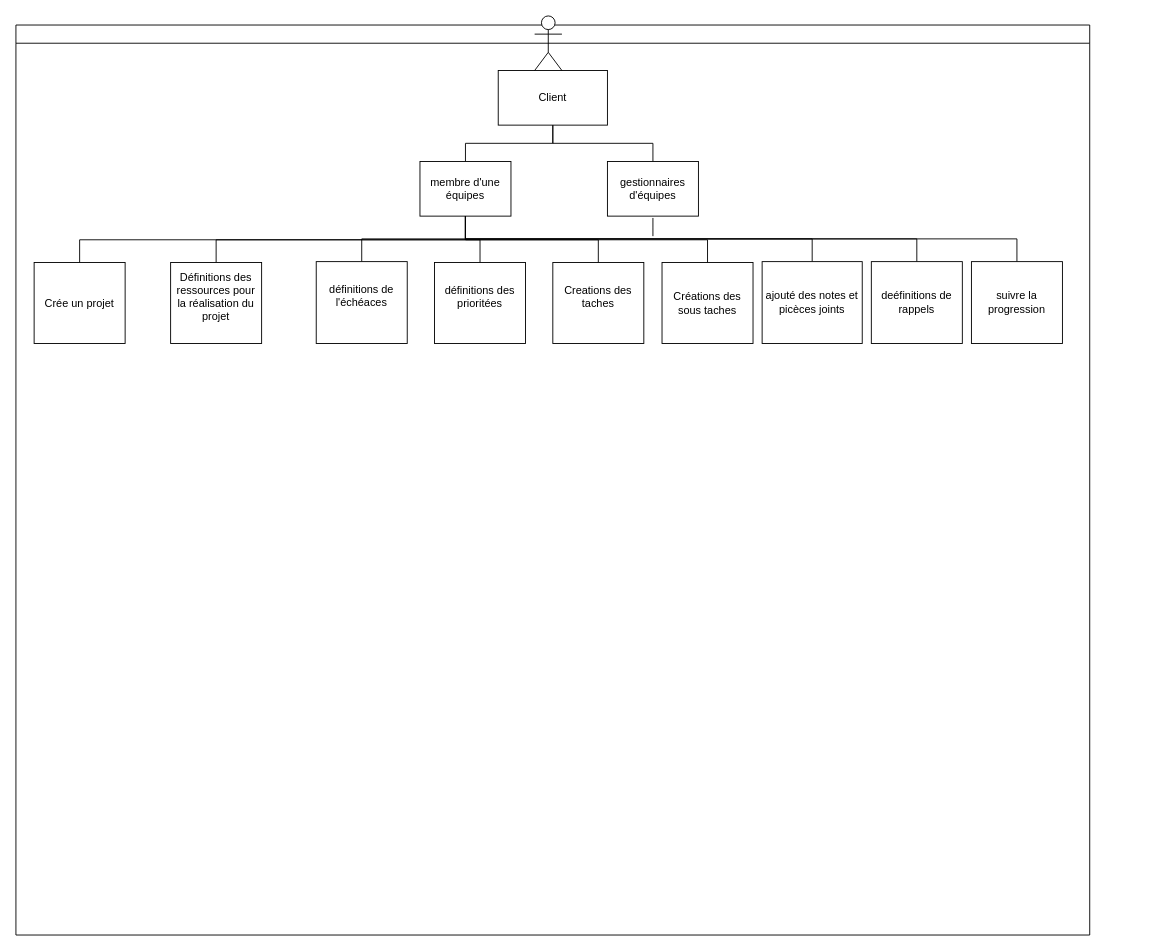
Nazkull/gestionnaire-de-tache keeps this draw.io diagram as page "en equipes" (3 of 3) of scénario_projet_a_terminer.drawio. Above is the earlier version. Source tidied: cells renumbered, new cells numbered last; positions are measured from the earlier drawing's top-left corner, leaving out a move shared by most shapes. Both pictures are drawn from the tidied source at 91%, with x=0, y=0 at pixel (15, 15).
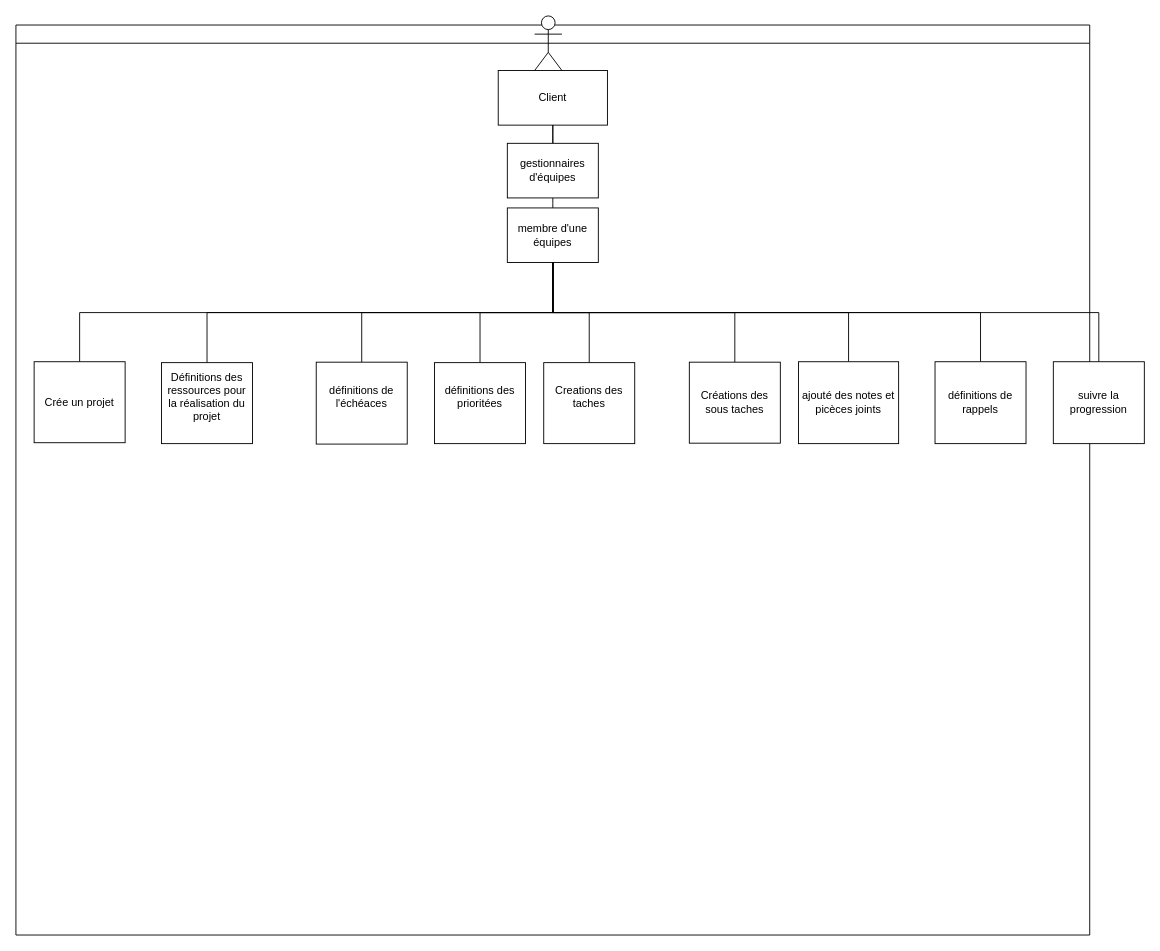
The same diagram, later.

The change refers to these unchanged cells:
```xml
<mxCell id="2" style="swimlane;startSize=20;horizontal=1;containerType=tree;newEdgeStyle={&quot;edgeStyle&quot;:&quot;elbowEdgeStyle&quot;,&quot;startArrow&quot;:&quot;none&quot;,&quot;endArrow&quot;:&quot;none&quot;};" parent="1" vertex="1">
  <mxGeometry y="10" width="1180" height="1000" as="geometry" />
</mxCell>
<mxCell id="4" value="Client" style="whiteSpace=wrap;html=1;align=center;newEdgeStyle={&quot;edgeStyle&quot;:&quot;elbowEdgeStyle&quot;,&quot;startArrow&quot;:&quot;none&quot;,&quot;endArrow&quot;:&quot;none&quot;};" parent="2" vertex="1">
  <mxGeometry x="530" y="50" width="120" height="60" as="geometry" />
</mxCell>
```

Diff of the diagram source:
```diff
@@
-    <mxCell id="3" style="edgeStyle=elbowEdgeStyle;elbow=vertical;sourcePerimeterSpacing=0;targetPerimeterSpacing=0;startArrow=none;endArrow=none;rounded=0;curved=0;" parent="2" edge="1" source="4" target="5">
+    <mxCell id="3" style="edgeStyle=elbowEdgeStyle;elbow=vertical;sourcePerimeterSpacing=0;targetPerimeterSpacing=0;startArrow=none;endArrow=none;rounded=0;curved=0;" parent="2" edge="1" source="28" target="5">
       <mxGeometry relative="1" as="geometry" />
     </mxCell>
@@
     <mxCell id="5" value="membre d'une équipes" style="whiteSpace=wrap;html=1;align=center;verticalAlign=middle;newEdgeStyle={&quot;edgeStyle&quot;:&quot;elbowEdgeStyle&quot;,&quot;startArrow&quot;:&quot;none&quot;,&quot;endArrow&quot;:&quot;none&quot;};" parent="2" vertex="1">
-      <mxGeometry x="444" y="150" width="100" height="60" as="geometry" />
+      <mxGeometry x="540" y="201" width="100" height="60" as="geometry" />
     </mxCell>
@@
     <mxCell id="7" value="Crée un projet" style="whiteSpace=wrap;html=1;align=center;verticalAlign=middle;newEdgeStyle={&quot;edgeStyle&quot;:&quot;elbowEdgeStyle&quot;,&quot;startArrow&quot;:&quot;none&quot;,&quot;endArrow&quot;:&quot;none&quot;};" parent="2" vertex="1">
-      <mxGeometry x="20" y="261" width="100" height="89" as="geometry" />
+      <mxGeometry x="20" y="370" width="100" height="89" as="geometry" />
     </mxCell>
@@
     <mxCell id="11" value="&lt;div&gt;Définitions des ressources pour la réalisation du projet&lt;/div&gt;&lt;div&gt;&lt;br&gt;&lt;/div&gt;" style="whiteSpace=wrap;html=1;align=center;verticalAlign=middle;newEdgeStyle={&quot;edgeStyle&quot;:&quot;elbowEdgeStyle&quot;,&quot;startArrow&quot;:&quot;none&quot;,&quot;endArrow&quot;:&quot;none&quot;};" parent="2" vertex="1">
-      <mxGeometry x="170" y="261" width="100" height="89" as="geometry" />
+      <mxGeometry x="160" y="371" width="100" height="89" as="geometry" />
     </mxCell>
@@
     <mxCell id="13" value="&lt;div&gt;définitions de l'échéaces&lt;/div&gt;&lt;div&gt;&lt;br&gt;&lt;/div&gt;" style="whiteSpace=wrap;html=1;align=center;verticalAlign=middle;newEdgeStyle={&quot;edgeStyle&quot;:&quot;elbowEdgeStyle&quot;,&quot;startArrow&quot;:&quot;none&quot;,&quot;endArrow&quot;:&quot;none&quot;};" parent="2" vertex="1">
-      <mxGeometry x="330" y="260" width="100" height="90" as="geometry" />
+      <mxGeometry x="330" y="370.5" width="100" height="90" as="geometry" />
     </mxCell>
@@
     <mxCell id="15" value="&lt;div&gt;définitions des prioritées&lt;/div&gt;&lt;div&gt;&lt;br&gt;&lt;/div&gt;" style="whiteSpace=wrap;html=1;align=center;verticalAlign=middle;newEdgeStyle={&quot;edgeStyle&quot;:&quot;elbowEdgeStyle&quot;,&quot;startArrow&quot;:&quot;none&quot;,&quot;endArrow&quot;:&quot;none&quot;};" parent="2" vertex="1">
-      <mxGeometry x="460" y="261" width="100" height="89" as="geometry" />
+      <mxGeometry x="460" y="371" width="100" height="89" as="geometry" />
     </mxCell>
@@
     <mxCell id="17" value="&lt;div&gt;Creations des taches&lt;/div&gt;&lt;div&gt;&lt;br&gt;&lt;/div&gt;" style="whiteSpace=wrap;html=1;align=center;verticalAlign=middle;newEdgeStyle={&quot;edgeStyle&quot;:&quot;elbowEdgeStyle&quot;,&quot;startArrow&quot;:&quot;none&quot;,&quot;endArrow&quot;:&quot;none&quot;};direction=west;" parent="2" vertex="1">
-      <mxGeometry x="590" y="261" width="100" height="89" as="geometry" />
+      <mxGeometry x="580" y="371" width="100" height="89" as="geometry" />
     </mxCell>
@@
     <mxCell id="19" value="Créations des sous taches" style="whiteSpace=wrap;html=1;align=center;verticalAlign=middle;newEdgeStyle={&quot;edgeStyle&quot;:&quot;elbowEdgeStyle&quot;,&quot;startArrow&quot;:&quot;none&quot;,&quot;endArrow&quot;:&quot;none&quot;};" parent="2" vertex="1">
-      <mxGeometry x="710" y="261" width="100" height="89" as="geometry" />
+      <mxGeometry x="740" y="370.5" width="100" height="89" as="geometry" />
     </mxCell>
@@
     <mxCell id="21" value="ajouté des notes et picèces joints" style="whiteSpace=wrap;html=1;align=center;verticalAlign=middle;newEdgeStyle={&quot;edgeStyle&quot;:&quot;elbowEdgeStyle&quot;,&quot;startArrow&quot;:&quot;none&quot;,&quot;endArrow&quot;:&quot;none&quot;};" parent="2" vertex="1">
-      <mxGeometry x="820" y="260" width="110" height="90" as="geometry" />
+      <mxGeometry x="860" y="370" width="110" height="90" as="geometry" />
     </mxCell>
@@
-    <mxCell id="23" value="deéfinitions de rappels" style="whiteSpace=wrap;html=1;align=center;verticalAlign=middle;newEdgeStyle={&quot;edgeStyle&quot;:&quot;elbowEdgeStyle&quot;,&quot;startArrow&quot;:&quot;none&quot;,&quot;endArrow&quot;:&quot;none&quot;};" parent="2" vertex="1">
-      <mxGeometry x="940" y="260" width="100" height="90" as="geometry" />
+    <mxCell id="23" value="définitions de rappels" style="whiteSpace=wrap;html=1;align=center;verticalAlign=middle;newEdgeStyle={&quot;edgeStyle&quot;:&quot;elbowEdgeStyle&quot;,&quot;startArrow&quot;:&quot;none&quot;,&quot;endArrow&quot;:&quot;none&quot;};" parent="2" vertex="1">
+      <mxGeometry x="1010" y="370" width="100" height="90" as="geometry" />
     </mxCell>
+    <mxCell id="26" style="edgeStyle=elbowEdgeStyle;elbow=vertical;sourcePerimeterSpacing=0;targetPerimeterSpacing=0;startArrow=none;endArrow=none;rounded=0;curved=0;" parent="2" edge="1" source="4" target="28">
+      <mxGeometry relative="1" as="geometry" />
+    </mxCell>
+    <mxCell id="29" style="edgeStyle=elbowEdgeStyle;elbow=vertical;sourcePerimeterSpacing=0;targetPerimeterSpacing=0;startArrow=none;endArrow=none;rounded=0;curved=0;" parent="2" edge="1" source="4" target="28">
+      <mxGeometry relative="1" as="geometry" />
+    </mxCell>
+    <mxCell id="28" value="gestionnaires d'équipes" style="whiteSpace=wrap;html=1;align=center;verticalAlign=middle;newEdgeStyle={&quot;edgeStyle&quot;:&quot;elbowEdgeStyle&quot;,&quot;startArrow&quot;:&quot;none&quot;,&quot;endArrow&quot;:&quot;none&quot;};" parent="2" vertex="1">
+      <mxGeometry x="540" y="130" width="100" height="60" as="geometry" />
+    </mxCell>
+    <mxCell id="25" value="suivre la progression" style="whiteSpace=wrap;html=1;align=center;verticalAlign=middle;newEdgeStyle={&quot;edgeStyle&quot;:&quot;elbowEdgeStyle&quot;,&quot;startArrow&quot;:&quot;none&quot;,&quot;endArrow&quot;:&quot;none&quot;};" parent="1" vertex="1">
+      <mxGeometry x="1140" y="380" width="100" height="90" as="geometry" />
+    </mxCell>
-    <mxCell id="24" style="edgeStyle=elbowEdgeStyle;elbow=vertical;sourcePerimeterSpacing=0;targetPerimeterSpacing=0;startArrow=none;endArrow=none;rounded=0;curved=0;" parent="2" edge="1" source="5" target="25">
+    <mxCell id="24" style="edgeStyle=elbowEdgeStyle;elbow=vertical;sourcePerimeterSpacing=0;targetPerimeterSpacing=0;startArrow=none;endArrow=none;rounded=0;curved=0;" parent="1" edge="1" source="5" target="25">
       <mxGeometry relative="1" as="geometry" />
     </mxCell>
-    <mxCell id="25" value="suivre la progression" style="whiteSpace=wrap;html=1;align=center;verticalAlign=middle;newEdgeStyle={&quot;edgeStyle&quot;:&quot;elbowEdgeStyle&quot;,&quot;startArrow&quot;:&quot;none&quot;,&quot;endArrow&quot;:&quot;none&quot;};" parent="2" vertex="1">
-      <mxGeometry x="1050" y="260" width="100" height="90" as="geometry" />
-    </mxCell>
-    <mxCell id="26" style="edgeStyle=elbowEdgeStyle;elbow=vertical;sourcePerimeterSpacing=0;targetPerimeterSpacing=0;startArrow=none;endArrow=none;rounded=0;curved=0;" parent="2" edge="1" source="4" target="28">
-      <mxGeometry relative="1" as="geometry" />
-    </mxCell>
-    <mxCell id="27" style="edgeStyle=elbowEdgeStyle;rounded=0;orthogonalLoop=1;jettySize=auto;html=1;startArrow=none;endArrow=none;fontFamily=Helvetica;fontSize=12;fontColor=default;" parent="2" edge="1">
-      <mxGeometry relative="1" as="geometry">
-        <mxPoint x="700" y="212" as="sourcePoint" />
-        <mxPoint x="700" y="232" as="targetPoint" />
-      </mxGeometry>
-    </mxCell>
-    <mxCell id="28" value="gestionnaires d'équipes" style="whiteSpace=wrap;html=1;align=center;verticalAlign=middle;newEdgeStyle={&quot;edgeStyle&quot;:&quot;elbowEdgeStyle&quot;,&quot;startArrow&quot;:&quot;none&quot;,&quot;endArrow&quot;:&quot;none&quot;};" parent="2" vertex="1">
-      <mxGeometry x="650" y="150" width="100" height="60" as="geometry" />
-    </mxCell>
```
